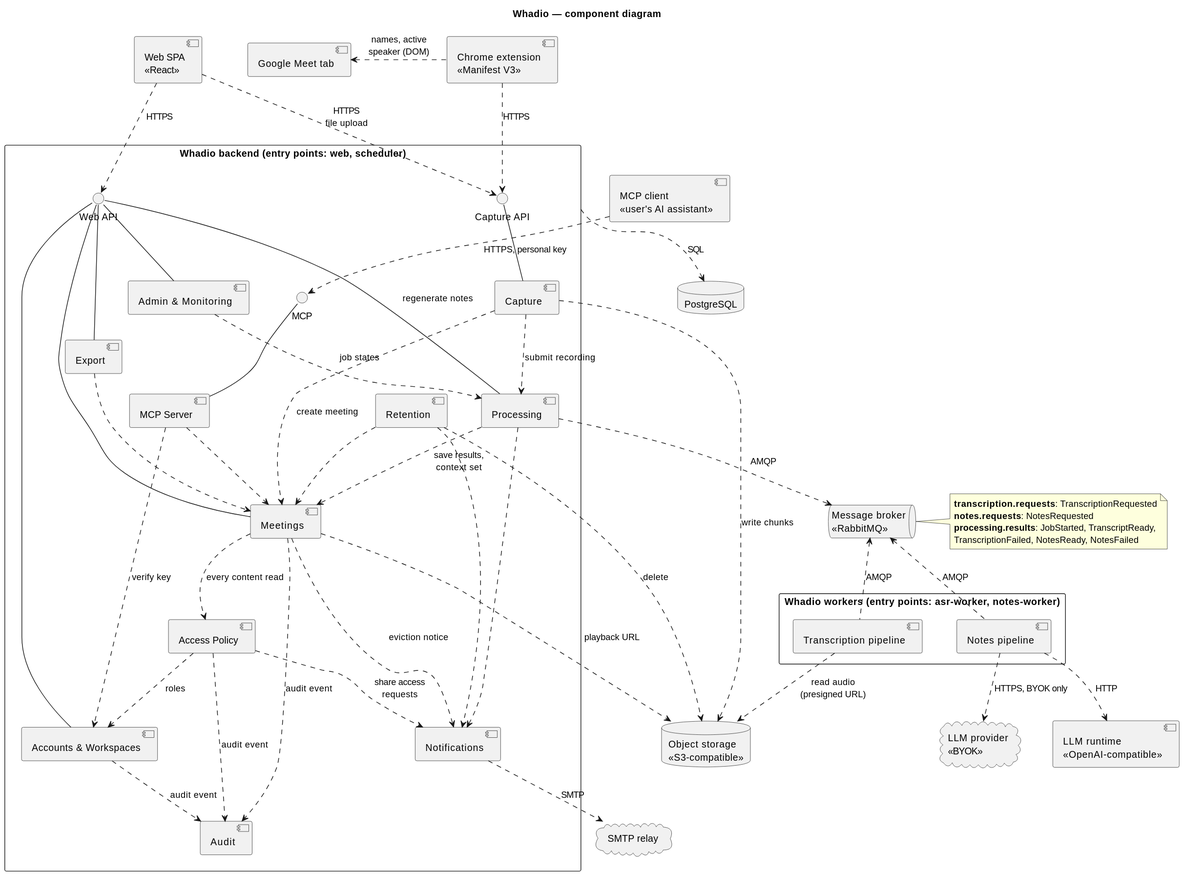
ukma-fin-ssdm-2026/Whadio keeps this PlantUML diagram as docs/architecture/uml/component-diagram.svg. Above is the earlier version.
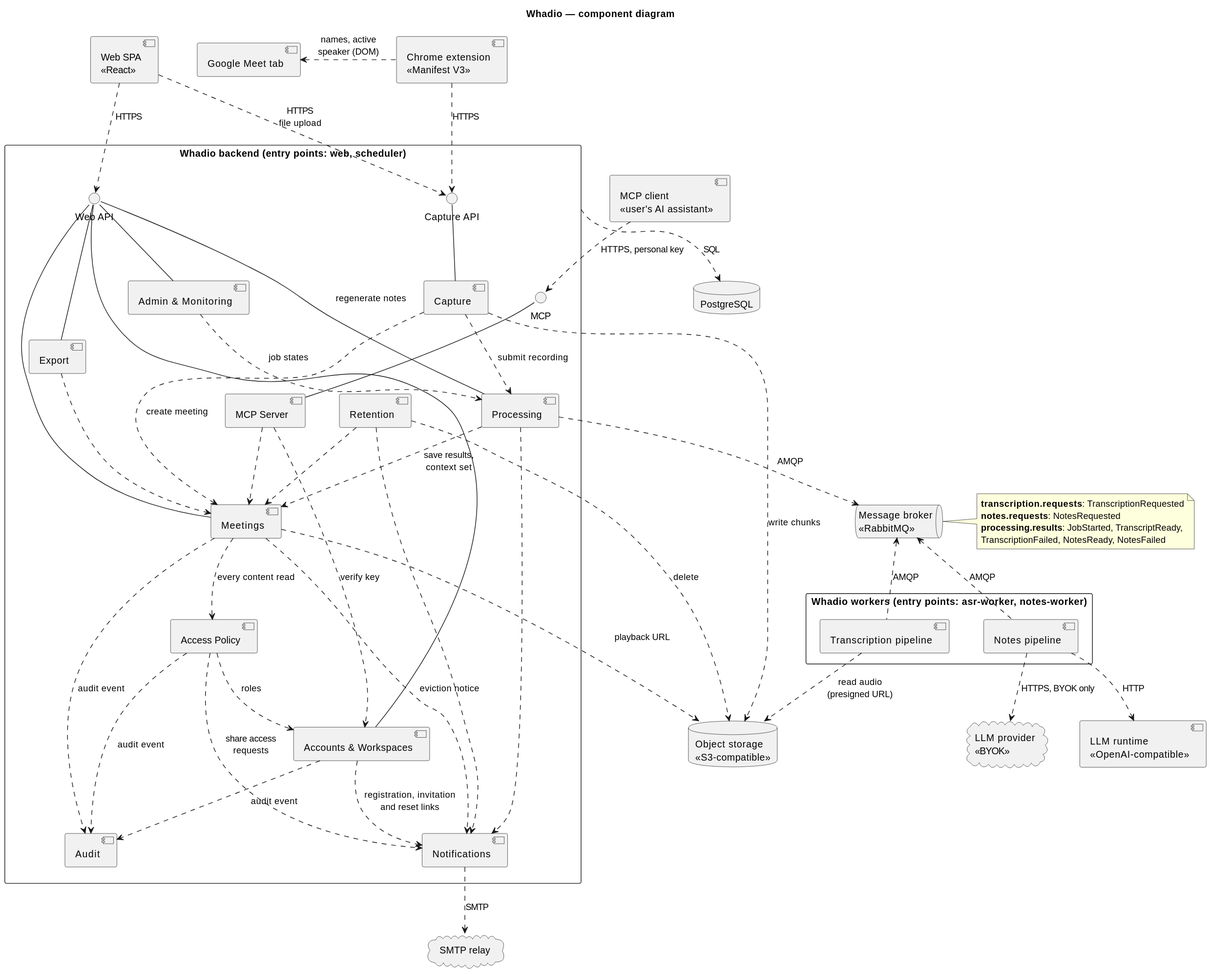
The same diagram one commit later.

Commit message:
docs(#45): route verification and invitation email through Notifications

Change to the diagram source:
```diff
@@ -80,6 +80,7 @@
 meetings ..> access : every content read
 access ..> accounts : roles
 meetings ..> notifications : eviction notice
+accounts ..> notifications : registration, invitation\nand reset links
 
 meetings ..> audit : audit event
 access ..> audit : audit event
```
